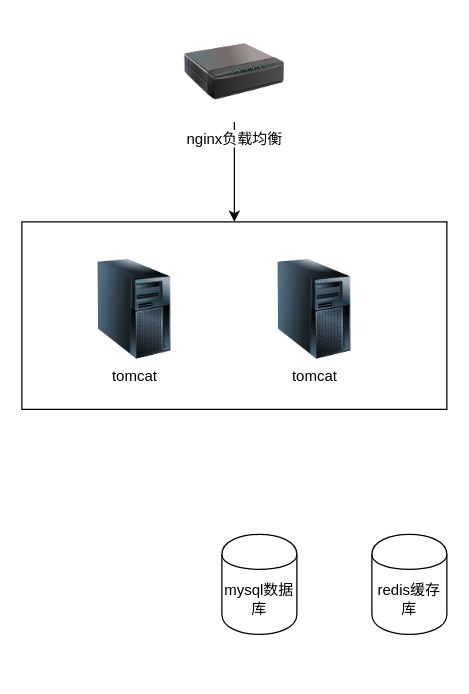
Above: ydrobot服务器部署方案.drawio in wangyufei0807/draw (draw.io), before the change. Source tidied: cells renumbered, new cells numbered last; positions are measured from the earlier drawing's top-left corner, leaving out a move shared by most shapes. Both pictures are drawn from the tidied source at 125%, with x=0, y=0 at pixel (21, 21).
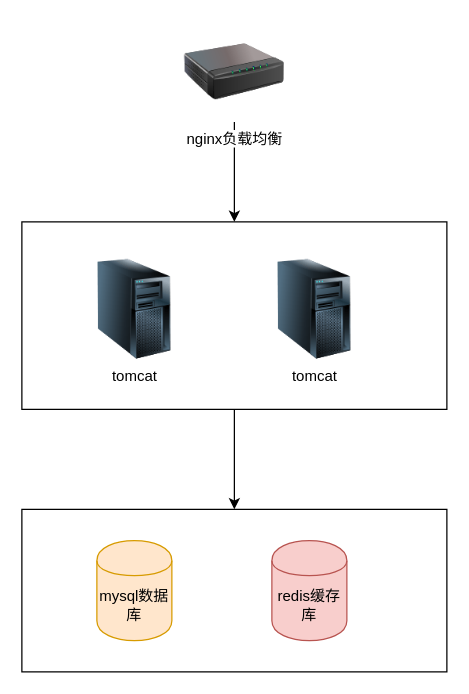
The same diagram, later.

Commit message (it also covers changes not shown here):
更新ydrobot服务器部署方案.drawio

The edit, as a diff of the source:
```diff
@@
 <mxGraphModel>
   <root>
     <mxCell id="0" />
     <mxCell id="1" parent="0" />
+    <mxCell id="9" style="rounded=0;whiteSpace=wrap;html=1;" parent="1" vertex="1">
+      <mxGeometry y="390" width="340" height="130" as="geometry" />
+    </mxCell>
+    <mxCell id="10" style="edgeStyle=orthogonalEdgeStyle;rounded=0;jettySize=auto;html=1;exitX=0.5;exitY=1;exitDx=0;exitDy=0;entryX=0.5;entryY=0;entryDx=0;entryDy=0;" parent="1" edge="1" source="2" target="9">
+      <mxGeometry relative="1" as="geometry" />
+    </mxCell>
     <mxCell id="2" style="rounded=0;whiteSpace=wrap;html=1;" parent="1" vertex="1">
       <mxGeometry y="160" width="340" height="150" as="geometry" />
     </mxCell>
     <mxCell id="3" value="tomcat" style="image;html=1;labelBackgroundColor=#ffffff;image=img/lib/clip_art/computers/Server_Tower_128x128.png;" parent="1" vertex="1">
       <mxGeometry x="50" y="190" width="80" height="80" as="geometry" />
     </mxCell>
     <mxCell id="4" value="tomcat" style="image;html=1;labelBackgroundColor=#ffffff;image=img/lib/clip_art/computers/Server_Tower_128x128.png;" parent="1" vertex="1">
       <mxGeometry x="194" y="190" width="80" height="80" as="geometry" />
     </mxCell>
     <mxCell id="5" style="edgeStyle=orthogonalEdgeStyle;rounded=0;jettySize=auto;html=1;exitX=0.5;exitY=1;exitDx=0;exitDy=0;entryX=0.5;entryY=0;entryDx=0;entryDy=0;" parent="1" edge="1" source="6" target="2">
       <mxGeometry relative="1" as="geometry" />
     </mxCell>
     <mxCell id="6" value="nginx负载均衡" style="image;html=1;labelBackgroundColor=#ffffff;image=img/lib/clip_art/networking/Print_Server_128x128.png;" parent="1" vertex="1">
       <mxGeometry x="130" width="80" height="80" as="geometry" />
     </mxCell>
-    <mxCell id="7" value="mysql数据库" style="shape=cylinder;whiteSpace=wrap;html=1;boundedLbl=1;backgroundOutline=1;" parent="1" vertex="1">
-      <mxGeometry x="160" y="410" width="60" height="80" as="geometry" />
+    <mxCell id="7" value="mysql数据库" style="shape=cylinder;whiteSpace=wrap;html=1;boundedLbl=1;backgroundOutline=1;fillColor=#ffe6cc;strokeColor=#d79b00;" parent="1" vertex="1">
+      <mxGeometry x="60" y="415" width="60" height="80" as="geometry" />
     </mxCell>
-    <mxCell id="8" value="redis缓存库" style="shape=cylinder;whiteSpace=wrap;html=1;boundedLbl=1;backgroundOutline=1;" parent="1" vertex="1">
-      <mxGeometry x="280" y="410" width="60" height="80" as="geometry" />
+    <mxCell id="8" value="redis缓存库" style="shape=cylinder;whiteSpace=wrap;html=1;boundedLbl=1;backgroundOutline=1;fillColor=#f8cecc;strokeColor=#b85450;" parent="1" vertex="1">
+      <mxGeometry x="200" y="415" width="60" height="80" as="geometry" />
     </mxCell>
   </root>
 </mxGraphModel>
```
